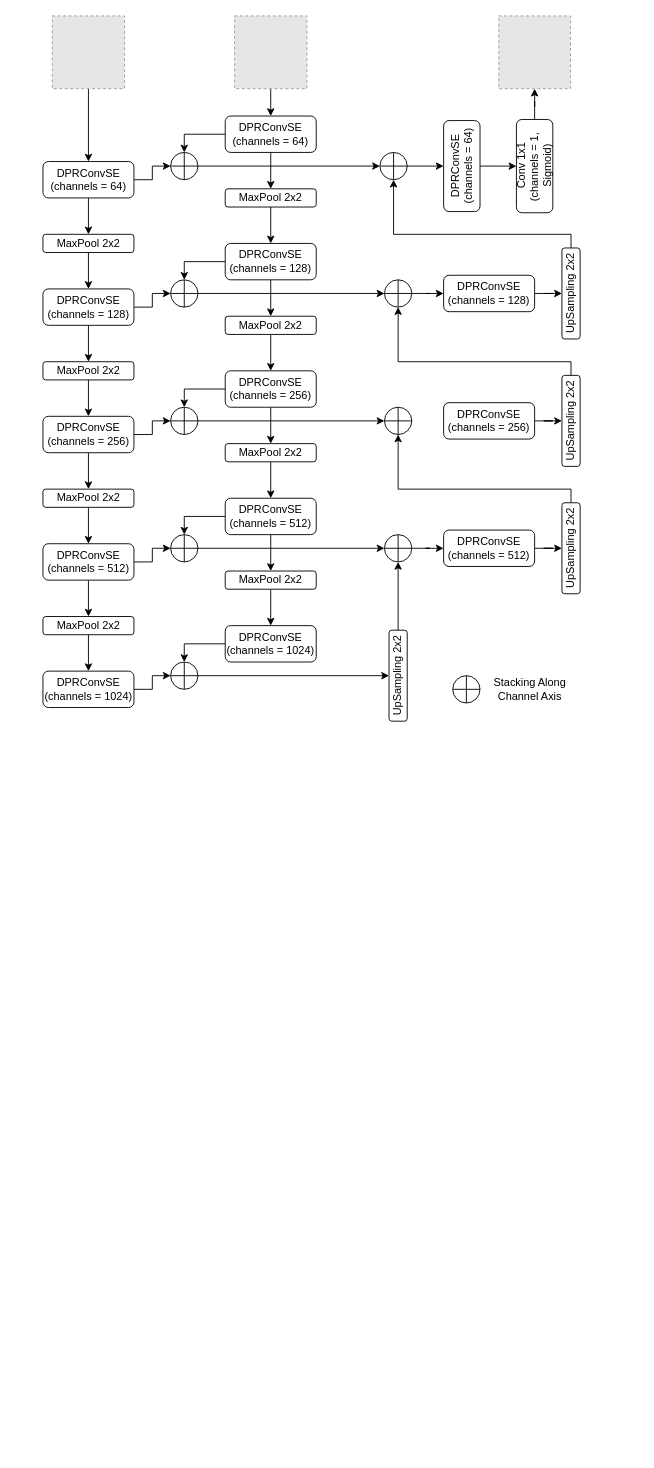
Above: Prompt2SegCXR.drawio in AbduzZami/DrawIO (draw.io), before the change. Source tidied: cells renumbered, new cells numbered last; positions are measured from the earlier drawing's top-left corner, leaving out a move shared by most shapes. Both pictures are drawn from the tidied source at 91%, with x=0, y=0 at pixel (43, 15). Pictures stored in the file or linked from it are replaced by grey dashed boxes.
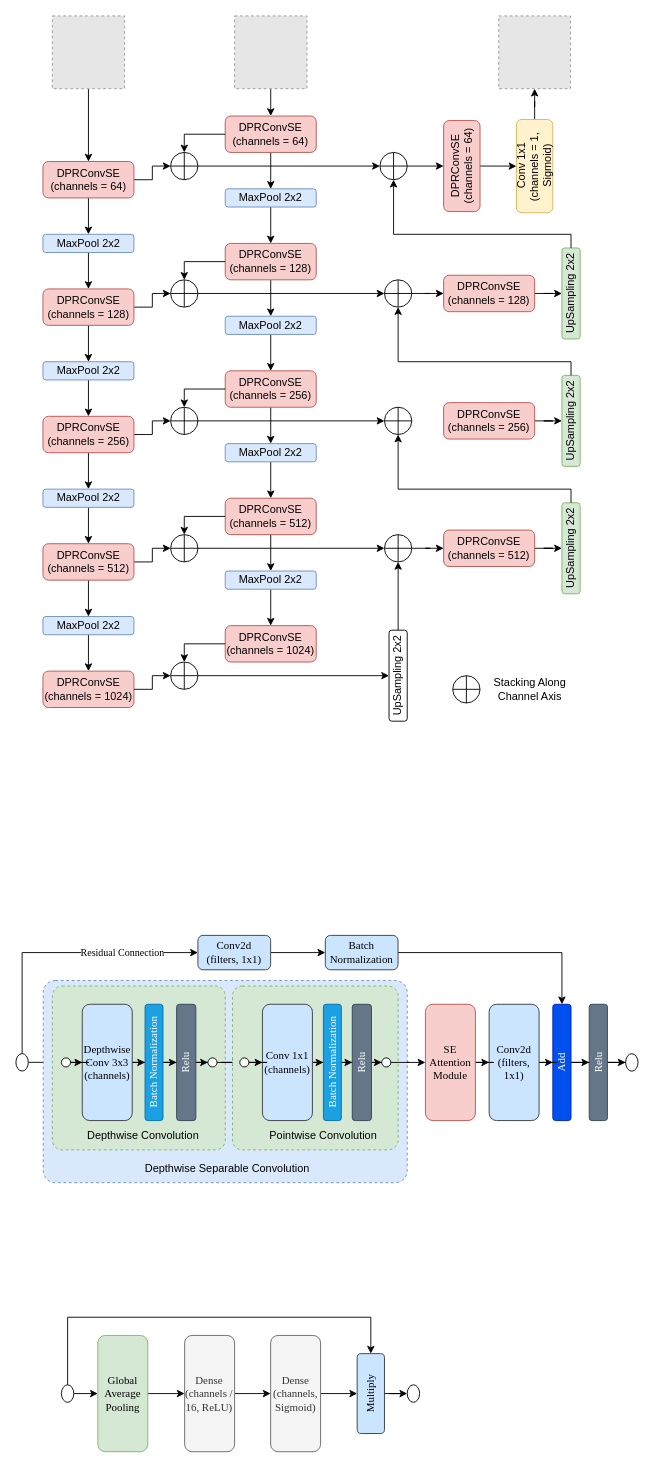
After the change.

Change to the diagram source:
```diff
@@
-    <mxCell id="8" value="DPRConvSE&lt;div&gt;(channels = 64)&lt;/div&gt;" style="rounded=1;whiteSpace=wrap;html=1;" parent="1" vertex="1">
+    <mxCell id="8" value="DPRConvSE&lt;div&gt;(channels = 64)&lt;/div&gt;" style="rounded=1;whiteSpace=wrap;html=1;fillColor=#f8cecc;strokeColor=#b85450;" parent="1" vertex="1">
       <mxGeometry x="-0.3" y="160" width="100" height="40" as="geometry" />
     </mxCell>
@@
-    <mxCell id="11" value="DPRConvSE&lt;div&gt;(channels = 128)&lt;/div&gt;" style="rounded=1;whiteSpace=wrap;html=1;" parent="1" vertex="1">
+    <mxCell id="11" value="DPRConvSE&lt;div&gt;(channels = 128)&lt;/div&gt;" style="rounded=1;whiteSpace=wrap;html=1;fillColor=#f8cecc;strokeColor=#b85450;" parent="1" vertex="1">
       <mxGeometry x="-0.3" y="300" width="100" height="40" as="geometry" />
     </mxCell>
@@
-    <mxCell id="14" value="DPRConvSE&lt;div&gt;(channels = 256)&lt;/div&gt;" style="rounded=1;whiteSpace=wrap;html=1;" parent="1" vertex="1">
+    <mxCell id="14" value="DPRConvSE&lt;div&gt;(channels = 256)&lt;/div&gt;" style="rounded=1;whiteSpace=wrap;html=1;fillColor=#f8cecc;strokeColor=#b85450;" parent="1" vertex="1">
       <mxGeometry x="-0.3" y="440" width="100" height="40" as="geometry" />
     </mxCell>
@@
-    <mxCell id="17" value="DPRConvSE&lt;div&gt;(channels = 512)&lt;/div&gt;" style="rounded=1;whiteSpace=wrap;html=1;" parent="1" vertex="1">
+    <mxCell id="17" value="DPRConvSE&lt;div&gt;(channels = 512)&lt;/div&gt;" style="rounded=1;whiteSpace=wrap;html=1;fillColor=#f8cecc;strokeColor=#b85450;" parent="1" vertex="1">
       <mxGeometry x="-0.3" y="580" width="100" height="40" as="geometry" />
     </mxCell>
-    <mxCell id="18" value="DPRConvSE&lt;div&gt;(channels = 1024)&lt;/div&gt;" style="rounded=1;whiteSpace=wrap;html=1;" parent="1" vertex="1">
+    <mxCell id="18" value="DPRConvSE&lt;div&gt;(channels = 1024)&lt;/div&gt;" style="rounded=1;whiteSpace=wrap;html=1;fillColor=#f8cecc;strokeColor=#b85450;" parent="1" vertex="1">
       <mxGeometry x="-0.3" y="720" width="100" height="40" as="geometry" />
     </mxCell>
@@
-    <mxCell id="20" value="MaxPool 2x2" style="rounded=1;whiteSpace=wrap;html=1;" parent="1" vertex="1">
+    <mxCell id="20" value="MaxPool 2x2" style="rounded=1;whiteSpace=wrap;html=1;fillColor=#dae8fc;strokeColor=#6c8ebf;" parent="1" vertex="1">
       <mxGeometry x="-0.3" y="240" width="100" height="20" as="geometry" />
     </mxCell>
@@
-    <mxCell id="22" value="MaxPool 2x2" style="rounded=1;whiteSpace=wrap;html=1;" parent="1" vertex="1">
+    <mxCell id="22" value="MaxPool 2x2" style="rounded=1;whiteSpace=wrap;html=1;fillColor=#dae8fc;strokeColor=#6c8ebf;" parent="1" vertex="1">
       <mxGeometry x="-0.3" y="380" width="100" height="20" as="geometry" />
     </mxCell>
@@
-    <mxCell id="24" value="MaxPool 2x2" style="rounded=1;whiteSpace=wrap;html=1;" parent="1" vertex="1">
+    <mxCell id="24" value="MaxPool 2x2" style="rounded=1;whiteSpace=wrap;html=1;fillColor=#dae8fc;strokeColor=#6c8ebf;" parent="1" vertex="1">
       <mxGeometry x="-0.3" y="520" width="100" height="20" as="geometry" />
     </mxCell>
@@
-    <mxCell id="26" value="MaxPool 2x2" style="rounded=1;whiteSpace=wrap;html=1;" parent="1" vertex="1">
+    <mxCell id="26" value="MaxPool 2x2" style="rounded=1;whiteSpace=wrap;html=1;fillColor=#dae8fc;strokeColor=#6c8ebf;" parent="1" vertex="1">
       <mxGeometry x="-0.3" y="660" width="100" height="20" as="geometry" />
     </mxCell>
@@
-    <mxCell id="28" value="DPRConvSE&lt;div&gt;(channels = 64)&lt;/div&gt;" style="rounded=1;whiteSpace=wrap;html=1;" parent="1" vertex="1">
+    <mxCell id="28" value="DPRConvSE&lt;div&gt;(channels = 64)&lt;/div&gt;" style="rounded=1;whiteSpace=wrap;html=1;fillColor=#f8cecc;strokeColor=#b85450;" parent="1" vertex="1">
       <mxGeometry x="200" y="110" width="100" height="40" as="geometry" />
     </mxCell>
@@
-    <mxCell id="30" value="DPRConvSE&lt;div&gt;(channels = 128)&lt;/div&gt;" style="rounded=1;whiteSpace=wrap;html=1;" parent="1" vertex="1">
+    <mxCell id="30" value="DPRConvSE&lt;div&gt;(channels = 128)&lt;/div&gt;" style="rounded=1;whiteSpace=wrap;html=1;fillColor=#f8cecc;strokeColor=#b85450;" parent="1" vertex="1">
       <mxGeometry x="200" y="250" width="100" height="40" as="geometry" />
     </mxCell>
@@
-    <mxCell id="32" value="DPRConvSE&lt;div&gt;(channels = 256)&lt;/div&gt;" style="rounded=1;whiteSpace=wrap;html=1;" parent="1" vertex="1">
+    <mxCell id="32" value="DPRConvSE&lt;div&gt;(channels = 256)&lt;/div&gt;" style="rounded=1;whiteSpace=wrap;html=1;fillColor=#f8cecc;strokeColor=#b85450;" parent="1" vertex="1">
       <mxGeometry x="200" y="390" width="100" height="40" as="geometry" />
     </mxCell>
@@
-    <mxCell id="34" value="DPRConvSE&lt;div&gt;(channels = 512)&lt;/div&gt;" style="rounded=1;whiteSpace=wrap;html=1;" parent="1" vertex="1">
+    <mxCell id="34" value="DPRConvSE&lt;div&gt;(channels = 512)&lt;/div&gt;" style="rounded=1;whiteSpace=wrap;html=1;fillColor=#f8cecc;strokeColor=#b85450;" parent="1" vertex="1">
       <mxGeometry x="200" y="530" width="100" height="40" as="geometry" />
     </mxCell>
-    <mxCell id="35" value="DPRConvSE&lt;div&gt;(channels = 1024)&lt;/div&gt;" style="rounded=1;whiteSpace=wrap;html=1;" parent="1" vertex="1">
+    <mxCell id="35" value="DPRConvSE&lt;div&gt;(channels = 1024)&lt;/div&gt;" style="rounded=1;whiteSpace=wrap;html=1;fillColor=#f8cecc;strokeColor=#b85450;" parent="1" vertex="1">
       <mxGeometry x="200" y="670" width="100" height="40" as="geometry" />
     </mxCell>
@@
-    <mxCell id="37" value="MaxPool 2x2" style="rounded=1;whiteSpace=wrap;html=1;" parent="1" vertex="1">
+    <mxCell id="37" value="MaxPool 2x2" style="rounded=1;whiteSpace=wrap;html=1;fillColor=#dae8fc;strokeColor=#6c8ebf;" parent="1" vertex="1">
       <mxGeometry x="200" y="190" width="100" height="20" as="geometry" />
     </mxCell>
@@
-    <mxCell id="39" value="MaxPool 2x2" style="rounded=1;whiteSpace=wrap;html=1;" parent="1" vertex="1">
+    <mxCell id="39" value="MaxPool 2x2" style="rounded=1;whiteSpace=wrap;html=1;fillColor=#dae8fc;strokeColor=#6c8ebf;" parent="1" vertex="1">
       <mxGeometry x="200" y="330" width="100" height="20" as="geometry" />
     </mxCell>
@@
-    <mxCell id="41" value="MaxPool 2x2" style="rounded=1;whiteSpace=wrap;html=1;" parent="1" vertex="1">
+    <mxCell id="41" value="MaxPool 2x2" style="rounded=1;whiteSpace=wrap;html=1;fillColor=#dae8fc;strokeColor=#6c8ebf;" parent="1" vertex="1">
       <mxGeometry x="200" y="470" width="100" height="20" as="geometry" />
     </mxCell>
@@
-    <mxCell id="43" value="MaxPool 2x2" style="rounded=1;whiteSpace=wrap;html=1;" parent="1" vertex="1">
+    <mxCell id="43" value="MaxPool 2x2" style="rounded=1;whiteSpace=wrap;html=1;fillColor=#dae8fc;strokeColor=#6c8ebf;" parent="1" vertex="1">
       <mxGeometry x="200" y="610" width="100" height="20" as="geometry" />
     </mxCell>
@@
-    <mxCell id="58" value="DPRConvSE&lt;div&gt;(channels = 512)&lt;/div&gt;" style="rounded=1;whiteSpace=wrap;html=1;" parent="1" vertex="1">
+    <mxCell id="58" value="DPRConvSE&lt;div&gt;(channels = 512)&lt;/div&gt;" style="rounded=1;whiteSpace=wrap;html=1;fillColor=#f8cecc;strokeColor=#b85450;" parent="1" vertex="1">
       <mxGeometry x="440" y="565" width="100" height="40" as="geometry" />
     </mxCell>
@@
-    <mxCell id="63" value="UpSampling 2x2" style="rounded=1;whiteSpace=wrap;html=1;horizontal=0;" parent="1" vertex="1">
+    <mxCell id="63" value="UpSampling 2x2" style="rounded=1;whiteSpace=wrap;html=1;horizontal=0;fillColor=#d5e8d4;strokeColor=#82b366;" parent="1" vertex="1">
       <mxGeometry x="570" y="535" width="20" height="100" as="geometry" />
     </mxCell>
@@
-    <mxCell id="68" value="DPRConvSE&lt;div&gt;(channels = 256)&lt;/div&gt;" style="rounded=1;whiteSpace=wrap;html=1;" parent="1" vertex="1">
+    <mxCell id="68" value="DPRConvSE&lt;div&gt;(channels = 256)&lt;/div&gt;" style="rounded=1;whiteSpace=wrap;html=1;fillColor=#f8cecc;strokeColor=#b85450;" parent="1" vertex="1">
       <mxGeometry x="440" y="425" width="100" height="40" as="geometry" />
     </mxCell>
-    <mxCell id="69" value="UpSampling 2x2" style="rounded=1;whiteSpace=wrap;html=1;horizontal=0;" parent="1" vertex="1">
+    <mxCell id="69" value="UpSampling 2x2" style="rounded=1;whiteSpace=wrap;html=1;horizontal=0;fillColor=#d5e8d4;strokeColor=#82b366;" parent="1" vertex="1">
       <mxGeometry x="570" y="395" width="20" height="100" as="geometry" />
     </mxCell>
@@
-    <mxCell id="75" value="DPRConvSE&lt;div&gt;(channels = 128)&lt;/div&gt;" style="rounded=1;whiteSpace=wrap;html=1;" parent="1" vertex="1">
+    <mxCell id="75" value="DPRConvSE&lt;div&gt;(channels = 128)&lt;/div&gt;" style="rounded=1;whiteSpace=wrap;html=1;fillColor=#f8cecc;strokeColor=#b85450;" parent="1" vertex="1">
       <mxGeometry x="440" y="285" width="100" height="40" as="geometry" />
     </mxCell>
-    <mxCell id="76" value="UpSampling 2x2" style="rounded=1;whiteSpace=wrap;html=1;horizontal=0;" parent="1" vertex="1">
+    <mxCell id="76" value="UpSampling 2x2" style="rounded=1;whiteSpace=wrap;html=1;horizontal=0;fillColor=#d5e8d4;strokeColor=#82b366;" parent="1" vertex="1">
       <mxGeometry x="570" y="255" width="20" height="100" as="geometry" />
     </mxCell>
@@
-    <mxCell id="82" value="DPRConvSE&lt;div&gt;(channels = 64)&lt;/div&gt;" style="rounded=1;whiteSpace=wrap;html=1;horizontal=0;" parent="1" vertex="1">
+    <mxCell id="82" value="DPRConvSE&lt;div&gt;(channels = 64)&lt;/div&gt;" style="rounded=1;whiteSpace=wrap;html=1;horizontal=0;fillColor=#f8cecc;strokeColor=#b85450;" parent="1" vertex="1">
       <mxGeometry x="440" y="115" width="40" height="100" as="geometry" />
     </mxCell>
@@
-    <mxCell id="84" value="Conv 1x1&lt;div&gt;(channels = 1,&amp;nbsp; Sigmoid)&lt;/div&gt;" style="rounded=1;whiteSpace=wrap;html=1;horizontal=0;" parent="1" vertex="1">
+    <mxCell id="84" value="Conv 1x1&lt;div&gt;(channels = 1,&amp;nbsp; Sigmoid)&lt;/div&gt;" style="rounded=1;whiteSpace=wrap;html=1;horizontal=0;fillColor=#fff2cc;strokeColor=#d6b656;" parent="1" vertex="1">
       <mxGeometry x="520" y="113.8" width="40" height="102.5" as="geometry" />
     </mxCell>
@@
+    <mxCell id="88" style="edgeStyle=orthogonalEdgeStyle;rounded=0;jettySize=auto;html=1;entryX=0;entryY=0.5;entryDx=0;entryDy=0;exitX=0.5;exitY=0;exitDx=0;exitDy=0;fontFamily=Times New Roman;" parent="1" edge="1" source="91" target="93">
+      <mxGeometry relative="1" as="geometry">
+        <Array as="points">
+          <mxPoint x="-23" y="1029" />
+        </Array>
+      </mxGeometry>
+    </mxCell>
+    <mxCell id="89" value="Residual Connection" style="edgeLabel;html=1;align=center;verticalAlign=middle;fontFamily=Times New Roman;" parent="88" vertex="1">
+      <mxGeometry x="0.45" relative="1" as="geometry" />
+    </mxCell>
+    <mxCell id="90" style="edgeStyle=orthogonalEdgeStyle;rounded=0;jettySize=auto;html=1;entryX=0;entryY=0.5;entryDx=0;entryDy=0;" parent="1" edge="1" source="91" target="115">
+      <mxGeometry relative="1" as="geometry" />
+    </mxCell>
+    <mxCell id="91" style="ellipse;whiteSpace=wrap;html=1;fontFamily=Times New Roman;" parent="1" vertex="1">
+      <mxGeometry x="-30" y="1140.3" width="13.6" height="19.2" as="geometry" />
+    </mxCell>
+    <mxCell id="92" style="edgeStyle=orthogonalEdgeStyle;rounded=0;jettySize=auto;html=1;" parent="1" edge="1" source="93" target="102">
+      <mxGeometry relative="1" as="geometry" />
+    </mxCell>
+    <mxCell id="93" value="Conv2d&lt;div&gt;(filters, 1x1)&lt;/div&gt;" style="rounded=1;whiteSpace=wrap;html=1;fillColor=#cce5ff;strokeColor=#36393d;fontFamily=Times New Roman;" parent="1" vertex="1">
+      <mxGeometry x="170" y="1010.4" width="79.9" height="37.8" as="geometry" />
+    </mxCell>
+    <mxCell id="94" style="edgeStyle=orthogonalEdgeStyle;rounded=0;jettySize=auto;html=1;fontFamily=Times New Roman;" parent="1" edge="1" source="95" target="98">
+      <mxGeometry relative="1" as="geometry" />
+    </mxCell>
+    <mxCell id="95" value="Relu" style="rounded=1;whiteSpace=wrap;html=1;fillColor=#647687;fontColor=#ffffff;strokeColor=#314354;horizontal=0;fontFamily=Times New Roman;" parent="1" vertex="1">
+      <mxGeometry x="600" y="1086.1" width="20" height="127.8" as="geometry" />
+    </mxCell>
+    <mxCell id="96" style="edgeStyle=orthogonalEdgeStyle;rounded=0;jettySize=auto;html=1;fontFamily=Times New Roman;" parent="1" edge="1" source="97" target="95">
+      <mxGeometry relative="1" as="geometry" />
+    </mxCell>
+    <mxCell id="97" value="Add" style="rounded=1;whiteSpace=wrap;html=1;fillColor=#0050ef;fontColor=#ffffff;strokeColor=#001DBC;horizontal=0;fontFamily=Times New Roman;" parent="1" vertex="1">
+      <mxGeometry x="560" y="1086.1" width="20" height="127.8" as="geometry" />
+    </mxCell>
+    <mxCell id="98" style="ellipse;whiteSpace=wrap;html=1;fontFamily=Times New Roman;" parent="1" vertex="1">
+      <mxGeometry x="640" y="1140.4" width="13.6" height="19.2" as="geometry" />
+    </mxCell>
+    <mxCell id="99" style="edgeStyle=orthogonalEdgeStyle;rounded=0;jettySize=auto;html=1;fontFamily=Times New Roman;" parent="1" edge="1" source="100" target="97">
+      <mxGeometry relative="1" as="geometry" />
+    </mxCell>
+    <mxCell id="100" value="Conv2d&lt;div&gt;(filters, 1x1)&lt;/div&gt;" style="rounded=1;whiteSpace=wrap;html=1;fillColor=#cce5ff;strokeColor=#36393d;fontFamily=Times New Roman;" parent="1" vertex="1">
+      <mxGeometry x="490" y="1086.1" width="54.9" height="127.8" as="geometry" />
+    </mxCell>
+    <mxCell id="101" style="edgeStyle=orthogonalEdgeStyle;rounded=0;jettySize=auto;html=1;entryX=0.5;entryY=0;entryDx=0;entryDy=0;" parent="1" edge="1" source="102" target="97">
+      <mxGeometry relative="1" as="geometry" />
+    </mxCell>
+    <mxCell id="102" value="Batch Normalization" style="rounded=1;whiteSpace=wrap;html=1;fillColor=#cce5ff;strokeColor=#36393d;fontFamily=Times New Roman;" parent="1" vertex="1">
+      <mxGeometry x="310" y="1010.4" width="79.9" height="37.8" as="geometry" />
+    </mxCell>
+    <mxCell id="103" style="edgeStyle=orthogonalEdgeStyle;rounded=0;jettySize=auto;html=1;" parent="1" edge="1" source="104" target="100">
+      <mxGeometry relative="1" as="geometry" />
+    </mxCell>
+    <mxCell id="104" value="SE Attention Module" style="rounded=1;whiteSpace=wrap;html=1;fillColor=#f8cecc;strokeColor=#b85450;fontFamily=Times New Roman;" parent="1" vertex="1">
+      <mxGeometry x="420" y="1086.1" width="54.9" height="127.8" as="geometry" />
+    </mxCell>
+    <mxCell id="105" style="group;" parent="1" vertex="1">
+      <mxGeometry y="1060" width="400" height="222.2" as="geometry" />
+    </mxCell>
+    <mxCell id="106" style="rounded=1;whiteSpace=wrap;html=1;fillColor=#dae8fc;strokeColor=#6c8ebf;dashed=1;arcSize=6;fontFamily=Times New Roman;" parent="105" vertex="1">
+      <mxGeometry width="400" height="222.2" as="geometry" />
+    </mxCell>
+    <mxCell id="107" style="rounded=1;whiteSpace=wrap;html=1;fillColor=#d5e8d4;strokeColor=#82b366;dashed=1;arcSize=6;fontFamily=Times New Roman;" parent="105" vertex="1">
+      <mxGeometry x="10" y="6.1" width="190" height="180" as="geometry" />
+    </mxCell>
+    <mxCell id="108" style="edgeStyle=orthogonalEdgeStyle;rounded=0;jettySize=auto;html=1;fontFamily=Times New Roman;" parent="105" edge="1" source="109" target="111">
+      <mxGeometry relative="1" as="geometry" />
+    </mxCell>
+    <mxCell id="109" value="Depthwise Conv 3x3&lt;div&gt;(channels)&lt;/div&gt;" style="rounded=1;whiteSpace=wrap;html=1;fillColor=#cce5ff;strokeColor=#36393d;fontFamily=Times New Roman;" parent="105" vertex="1">
+      <mxGeometry x="42.9" y="26.1" width="54.9" height="127.8" as="geometry" />
+    </mxCell>
+    <mxCell id="110" style="edgeStyle=orthogonalEdgeStyle;rounded=0;jettySize=auto;html=1;fontFamily=Times New Roman;" parent="105" edge="1" source="111" target="113">
+      <mxGeometry relative="1" as="geometry" />
+    </mxCell>
+    <mxCell id="111" value="Batch Normalization" style="rounded=1;whiteSpace=wrap;html=1;horizontal=0;fillColor=#1ba1e2;fontColor=#ffffff;strokeColor=#006EAF;fontFamily=Times New Roman;" parent="105" vertex="1">
+      <mxGeometry x="111.9" y="26.1" width="19.7" height="127.8" as="geometry" />
+    </mxCell>
+    <mxCell id="112" style="edgeStyle=orthogonalEdgeStyle;rounded=0;jettySize=auto;html=1;entryX=0;entryY=0.5;entryDx=0;entryDy=0;" parent="105" edge="1" source="113" target="117">
+      <mxGeometry relative="1" as="geometry" />
+    </mxCell>
+    <mxCell id="113" value="Relu" style="rounded=1;whiteSpace=wrap;html=1;fillColor=#647687;fontColor=#ffffff;strokeColor=#314354;horizontal=0;fontFamily=Times New Roman;" parent="105" vertex="1">
+      <mxGeometry x="146.6" y="26.1" width="21.1" height="127.8" as="geometry" />
+    </mxCell>
+    <mxCell id="114" style="edgeStyle=orthogonalEdgeStyle;rounded=0;jettySize=auto;html=1;fontFamily=Times New Roman;" parent="105" edge="1" source="115" target="109">
+      <mxGeometry relative="1" as="geometry" />
+    </mxCell>
+    <mxCell id="115" style="ellipse;whiteSpace=wrap;html=1;fontFamily=Times New Roman;" parent="105" vertex="1">
+      <mxGeometry x="20" y="85" width="10" height="10" as="geometry" />
+    </mxCell>
+    <mxCell id="116" style="edgeStyle=orthogonalEdgeStyle;rounded=0;jettySize=auto;html=1;entryX=0;entryY=0.5;entryDx=0;entryDy=0;" parent="105" edge="1" source="117" target="126">
+      <mxGeometry relative="1" as="geometry" />
+    </mxCell>
+    <mxCell id="117" style="ellipse;whiteSpace=wrap;html=1;fontFamily=Times New Roman;" parent="105" vertex="1">
+      <mxGeometry x="181" y="85" width="10" height="10" as="geometry" />
+    </mxCell>
+    <mxCell id="118" style="rounded=1;whiteSpace=wrap;html=1;fillColor=#d5e8d4;strokeColor=#82b366;dashed=1;arcSize=6;fontFamily=Times New Roman;" parent="105" vertex="1">
+      <mxGeometry x="208" y="6.1" width="182" height="180" as="geometry" />
+    </mxCell>
+    <mxCell id="119" style="edgeStyle=orthogonalEdgeStyle;rounded=0;jettySize=auto;html=1;fontFamily=Times New Roman;" parent="105" edge="1" source="120" target="122">
+      <mxGeometry relative="1" as="geometry" />
+    </mxCell>
+    <mxCell id="120" value="Conv 1x1&lt;div&gt;(channels)&lt;/div&gt;" style="rounded=1;whiteSpace=wrap;html=1;fillColor=#cce5ff;strokeColor=#36393d;fontFamily=Times New Roman;" parent="105" vertex="1">
+      <mxGeometry x="240.9" y="26.1" width="54.9" height="127.8" as="geometry" />
+    </mxCell>
+    <mxCell id="121" style="edgeStyle=orthogonalEdgeStyle;rounded=0;jettySize=auto;html=1;fontFamily=Times New Roman;" parent="105" edge="1" source="122" target="124">
+      <mxGeometry relative="1" as="geometry" />
+    </mxCell>
+    <mxCell id="122" value="Batch Normalization" style="rounded=1;whiteSpace=wrap;html=1;horizontal=0;fillColor=#1ba1e2;fontColor=#ffffff;strokeColor=#006EAF;fontFamily=Times New Roman;" parent="105" vertex="1">
+      <mxGeometry x="307.9" y="26.1" width="19.7" height="127.8" as="geometry" />
+    </mxCell>
+    <mxCell id="123" style="edgeStyle=orthogonalEdgeStyle;rounded=0;jettySize=auto;html=1;entryX=0;entryY=0.5;entryDx=0;entryDy=0;" parent="105" edge="1" source="124" target="127">
+      <mxGeometry relative="1" as="geometry" />
+    </mxCell>
+    <mxCell id="124" value="Relu" style="rounded=1;whiteSpace=wrap;html=1;fillColor=#647687;fontColor=#ffffff;strokeColor=#314354;horizontal=0;fontFamily=Times New Roman;" parent="105" vertex="1">
+      <mxGeometry x="339.6" y="26.1" width="21.1" height="127.8" as="geometry" />
+    </mxCell>
+    <mxCell id="125" style="edgeStyle=orthogonalEdgeStyle;rounded=0;jettySize=auto;html=1;fontFamily=Times New Roman;" parent="105" edge="1" source="126" target="120">
+      <mxGeometry relative="1" as="geometry" />
+    </mxCell>
+    <mxCell id="126" style="ellipse;whiteSpace=wrap;html=1;fontFamily=Times New Roman;" parent="105" vertex="1">
+      <mxGeometry x="216" y="85" width="10" height="10" as="geometry" />
+    </mxCell>
+    <mxCell id="127" style="ellipse;whiteSpace=wrap;html=1;fontFamily=Times New Roman;" parent="105" vertex="1">
+      <mxGeometry x="372" y="85" width="10" height="10" as="geometry" />
+    </mxCell>
+    <mxCell id="128" value="Depthwise Convolution" style="text;html=1;whiteSpace=wrap;strokeColor=none;fillColor=none;align=center;verticalAlign=middle;rounded=0;" parent="105" vertex="1">
+      <mxGeometry x="45" y="156.1" width="130" height="30" as="geometry" />
+    </mxCell>
+    <mxCell id="129" value="Pointwise Convolution" style="text;html=1;whiteSpace=wrap;strokeColor=none;fillColor=none;align=center;verticalAlign=middle;rounded=0;" parent="105" vertex="1">
+      <mxGeometry x="243" y="156.1" width="130" height="30" as="geometry" />
+    </mxCell>
+    <mxCell id="130" value="Depthwise Separable Convolution" style="text;html=1;whiteSpace=wrap;strokeColor=none;fillColor=none;align=center;verticalAlign=middle;rounded=0;" parent="105" vertex="1">
+      <mxGeometry x="110" y="192.2" width="185" height="30" as="geometry" />
+    </mxCell>
+    <mxCell id="131" style="edgeStyle=orthogonalEdgeStyle;rounded=0;jettySize=auto;html=1;entryX=0;entryY=0.5;entryDx=0;entryDy=0;" parent="1" edge="1" source="127" target="104">
+      <mxGeometry relative="1" as="geometry" />
+    </mxCell>
+    <mxCell id="132" style="edgeStyle=orthogonalEdgeStyle;rounded=0;jettySize=auto;html=1;" parent="1" edge="1" source="133" target="135">
+      <mxGeometry relative="1" as="geometry" />
+    </mxCell>
+    <mxCell id="133" value="Global Average Pooling" style="rounded=1;whiteSpace=wrap;html=1;fillColor=#d5e8d4;strokeColor=#82b366;fontFamily=Times New Roman;" parent="1" vertex="1">
+      <mxGeometry x="60" y="1450" width="54.9" height="127.8" as="geometry" />
+    </mxCell>
+    <mxCell id="134" style="edgeStyle=orthogonalEdgeStyle;rounded=0;jettySize=auto;html=1;" parent="1" edge="1" source="135" target="137">
+      <mxGeometry relative="1" as="geometry" />
+    </mxCell>
+    <mxCell id="135" value="Dense (channels / 16, ReLU)" style="rounded=1;whiteSpace=wrap;html=1;fillColor=#f5f5f5;strokeColor=#666666;fontFamily=Times New Roman;fontColor=#333333;" parent="1" vertex="1">
+      <mxGeometry x="155.4" y="1450" width="54.9" height="127.8" as="geometry" />
+    </mxCell>
+    <mxCell id="136" style="edgeStyle=orthogonalEdgeStyle;rounded=0;jettySize=auto;html=1;" parent="1" edge="1" source="137" target="139">
+      <mxGeometry relative="1" as="geometry" />
+    </mxCell>
+    <mxCell id="137" value="Dense (channels, Sigmoid)" style="rounded=1;whiteSpace=wrap;html=1;fillColor=#f5f5f5;strokeColor=#666666;fontFamily=Times New Roman;fontColor=#333333;" parent="1" vertex="1">
+      <mxGeometry x="249.9" y="1450" width="54.9" height="127.8" as="geometry" />
+    </mxCell>
+    <mxCell id="138" style="edgeStyle=orthogonalEdgeStyle;rounded=0;jettySize=auto;html=1;entryX=0;entryY=0.5;entryDx=0;entryDy=0;" parent="1" edge="1" source="139" target="143">
+      <mxGeometry relative="1" as="geometry" />
+    </mxCell>
+    <mxCell id="139" value="Multiply" style="rounded=1;whiteSpace=wrap;html=1;fillColor=#cce5ff;strokeColor=#36393d;fontFamily=Times New Roman;horizontal=0;" parent="1" vertex="1">
+      <mxGeometry x="345" y="1470" width="30" height="87.8" as="geometry" />
+    </mxCell>
+    <mxCell id="140" style="edgeStyle=orthogonalEdgeStyle;rounded=0;jettySize=auto;html=1;entryX=0;entryY=0.5;entryDx=0;entryDy=0;" parent="1" edge="1" source="142" target="133">
+      <mxGeometry relative="1" as="geometry" />
+    </mxCell>
+    <mxCell id="141" style="edgeStyle=orthogonalEdgeStyle;rounded=0;jettySize=auto;html=1;entryX=0.5;entryY=0;entryDx=0;entryDy=0;" parent="1" edge="1" source="142" target="139">
+      <mxGeometry relative="1" as="geometry">
+        <Array as="points">
+          <mxPoint x="27" y="1430" />
+          <mxPoint x="360" y="1430" />
+        </Array>
+      </mxGeometry>
+    </mxCell>
+    <mxCell id="142" style="ellipse;whiteSpace=wrap;html=1;fontFamily=Times New Roman;" parent="1" vertex="1">
+      <mxGeometry x="20" y="1504.3" width="13.6" height="19.2" as="geometry" />
+    </mxCell>
+    <mxCell id="143" style="ellipse;whiteSpace=wrap;html=1;fontFamily=Times New Roman;" parent="1" vertex="1">
+      <mxGeometry x="400" y="1504.3" width="13.6" height="19.2" as="geometry" />
+    </mxCell>
```
